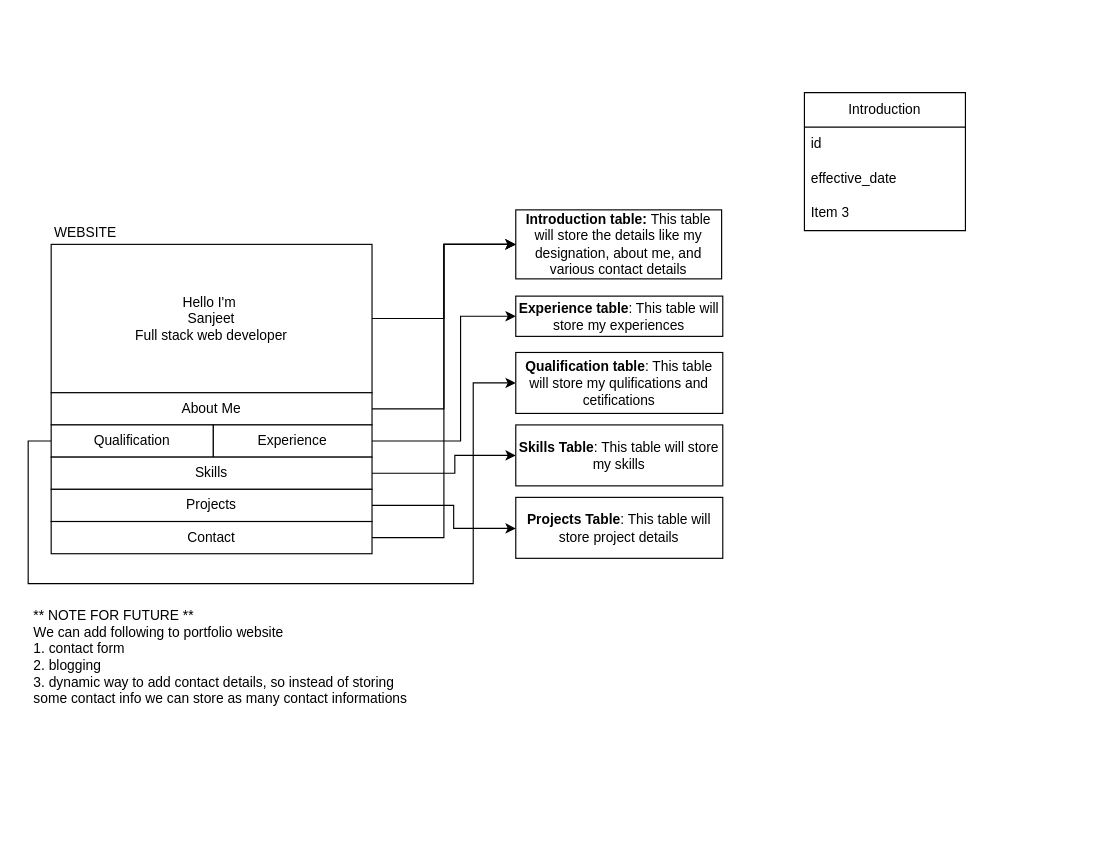
Before: Untitled Diagram.drawio in SanjeetDutt/Designs, a draw.io diagram. Source tidied: cells renumbered, new cells numbered last; positions are measured from the earlier drawing's top-left corner, leaving out a move shared by most shapes. Both pictures are drawn from the tidied source at 115%, with x=0, y=0 at pixel (28, 92).
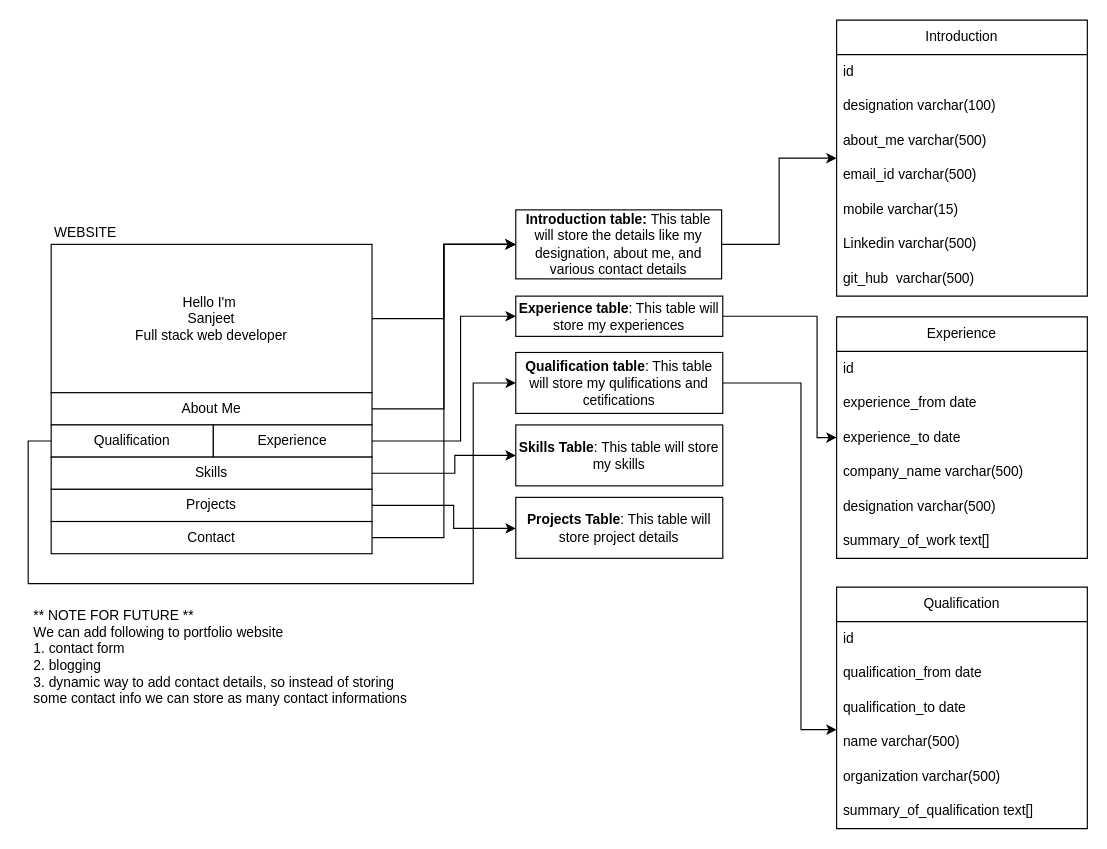
The same page after the edit.

The change refers to these unchanged cells:
```xml
<mxCell id="17" value="&lt;b&gt;Introduction table: &lt;/b&gt;This table will store the details like my designation, about me, and various contact details" style="whiteSpace=wrap;html=1;rounded=0;" parent="1" vertex="1">
  <mxGeometry x="424" y="102" width="179" height="60" as="geometry" />
</mxCell>
<mxCell id="18" value="&lt;b&gt;Experience table&lt;/b&gt;: This table will store my experiences" style="whiteSpace=wrap;html=1;rounded=0;" parent="1" vertex="1">
  <mxGeometry x="424" y="177" width="180" height="35" as="geometry" />
</mxCell>
<mxCell id="19" value="&lt;b&gt;Qualification table&lt;/b&gt;: This table will store my qulifications and cetifications" style="whiteSpace=wrap;html=1;rounded=0;" parent="1" vertex="1">
  <mxGeometry x="424" y="226" width="180" height="53" as="geometry" />
</mxCell>
```

Change to the diagram source:
```diff
@@
+    <mxCell id="27" style="edgeStyle=orthogonalEdgeStyle;rounded=0;jettySize=auto;html=1;" parent="1" edge="1" source="17" target="23">
+      <mxGeometry relative="1" as="geometry" />
+    </mxCell>
@@
+    <mxCell id="28" style="edgeStyle=orthogonalEdgeStyle;rounded=0;jettySize=auto;html=1;" parent="1" edge="1" source="18" target="35">
+      <mxGeometry relative="1" as="geometry">
+        <Array as="points">
+          <mxPoint x="686" y="194" />
+          <mxPoint x="686" y="300" />
+        </Array>
+      </mxGeometry>
+    </mxCell>
@@
+    <mxCell id="29" style="edgeStyle=orthogonalEdgeStyle;rounded=0;jettySize=auto;html=1;" parent="1" edge="1" source="19" target="42">
+      <mxGeometry relative="1" as="geometry">
+        <Array as="points">
+          <mxPoint x="672" y="252" />
+          <mxPoint x="672" y="554" />
+        </Array>
+      </mxGeometry>
+    </mxCell>
@@
     <mxCell id="23" value="Introduction" style="swimlane;fontStyle=0;horizontal=1;startSize=30;whiteSpace=wrap;html=1;" parent="1" vertex="1">
-      <mxGeometry x="675" width="140" height="120" as="geometry" />
+      <mxGeometry x="703" y="-63" width="218" height="240" as="geometry" />
     </mxCell>
     <mxCell id="24" value="id&lt;br&gt;" style="text;strokeColor=none;fillColor=none;align=left;verticalAlign=middle;spacingLeft=4;spacingRight=4;overflow=hidden;whiteSpace=wrap;html=1;" parent="23" vertex="1">
-      <mxGeometry y="30" width="140" height="30" as="geometry" />
+      <mxGeometry y="30" width="218" height="30" as="geometry" />
     </mxCell>
-    <mxCell id="25" value="effective_date" style="text;strokeColor=none;fillColor=none;align=left;verticalAlign=middle;spacingLeft=4;spacingRight=4;overflow=hidden;whiteSpace=wrap;html=1;" parent="23" vertex="1">
-      <mxGeometry y="60" width="140" height="30" as="geometry" />
+    <mxCell id="25" value="designation varchar(100)" style="text;strokeColor=none;fillColor=none;align=left;verticalAlign=middle;spacingLeft=4;spacingRight=4;overflow=hidden;whiteSpace=wrap;html=1;" parent="23" vertex="1">
+      <mxGeometry y="60" width="218" height="30" as="geometry" />
     </mxCell>
-    <mxCell id="26" value="Item 3" style="text;strokeColor=none;fillColor=none;align=left;verticalAlign=middle;spacingLeft=4;spacingRight=4;overflow=hidden;whiteSpace=wrap;html=1;" parent="23" vertex="1">
-      <mxGeometry y="90" width="140" height="30" as="geometry" />
-    </mxCell>
+    <mxCell id="30" value="about_me varchar(500)" style="text;strokeColor=none;fillColor=none;align=left;verticalAlign=middle;spacingLeft=4;spacingRight=4;overflow=hidden;whiteSpace=wrap;html=1;" parent="23" vertex="1">
+      <mxGeometry y="90" width="218" height="30" as="geometry" />
+    </mxCell>
+    <mxCell id="31" value="email_id varchar(500)" style="text;strokeColor=none;fillColor=none;align=left;verticalAlign=middle;spacingLeft=4;spacingRight=4;overflow=hidden;whiteSpace=wrap;html=1;" parent="23" vertex="1">
+      <mxGeometry y="120" width="218" height="30" as="geometry" />
+    </mxCell>
+    <mxCell id="32" value="mobile varchar(15)" style="text;strokeColor=none;fillColor=none;align=left;verticalAlign=middle;spacingLeft=4;spacingRight=4;overflow=hidden;whiteSpace=wrap;html=1;" parent="23" vertex="1">
+      <mxGeometry y="150" width="218" height="30" as="geometry" />
+    </mxCell>
+    <mxCell id="33" value="Linkedin varchar(500)" style="text;strokeColor=none;fillColor=none;align=left;verticalAlign=middle;spacingLeft=4;spacingRight=4;overflow=hidden;whiteSpace=wrap;html=1;" parent="23" vertex="1">
+      <mxGeometry y="180" width="218" height="30" as="geometry" />
+    </mxCell>
+    <mxCell id="34" value="git_hub&amp;nbsp; varchar(500)" style="text;strokeColor=none;fillColor=none;align=left;verticalAlign=middle;spacingLeft=4;spacingRight=4;overflow=hidden;whiteSpace=wrap;html=1;" parent="23" vertex="1">
+      <mxGeometry y="210" width="218" height="30" as="geometry" />
+    </mxCell>
+    <mxCell id="35" value="Experience" style="swimlane;fontStyle=0;horizontal=1;startSize=30;whiteSpace=wrap;html=1;" parent="1" vertex="1">
+      <mxGeometry x="703" y="195" width="218" height="210" as="geometry" />
+    </mxCell>
+    <mxCell id="36" value="id&lt;br&gt;" style="text;strokeColor=none;fillColor=none;align=left;verticalAlign=middle;spacingLeft=4;spacingRight=4;overflow=hidden;whiteSpace=wrap;html=1;" parent="35" vertex="1">
+      <mxGeometry y="30" width="218" height="30" as="geometry" />
+    </mxCell>
+    <mxCell id="37" value="experience_from date" style="text;strokeColor=none;fillColor=none;align=left;verticalAlign=middle;spacingLeft=4;spacingRight=4;overflow=hidden;whiteSpace=wrap;html=1;" parent="35" vertex="1">
+      <mxGeometry y="60" width="218" height="30" as="geometry" />
+    </mxCell>
+    <mxCell id="38" value="experience_to date" style="text;strokeColor=none;fillColor=none;align=left;verticalAlign=middle;spacingLeft=4;spacingRight=4;overflow=hidden;whiteSpace=wrap;html=1;" parent="35" vertex="1">
+      <mxGeometry y="90" width="218" height="30" as="geometry" />
+    </mxCell>
+    <mxCell id="39" value="company_name varchar(500)" style="text;strokeColor=none;fillColor=none;align=left;verticalAlign=middle;spacingLeft=4;spacingRight=4;overflow=hidden;whiteSpace=wrap;html=1;" parent="35" vertex="1">
+      <mxGeometry y="120" width="218" height="30" as="geometry" />
+    </mxCell>
+    <mxCell id="40" value="designation varchar(500)" style="text;strokeColor=none;fillColor=none;align=left;verticalAlign=middle;spacingLeft=4;spacingRight=4;overflow=hidden;whiteSpace=wrap;html=1;" parent="35" vertex="1">
+      <mxGeometry y="150" width="218" height="30" as="geometry" />
+    </mxCell>
+    <mxCell id="41" value="summary_of_work text[]" style="text;strokeColor=none;fillColor=none;align=left;verticalAlign=middle;spacingLeft=4;spacingRight=4;overflow=hidden;whiteSpace=wrap;html=1;" parent="35" vertex="1">
+      <mxGeometry y="180" width="218" height="30" as="geometry" />
+    </mxCell>
+    <mxCell id="42" value="Qualification" style="swimlane;fontStyle=0;horizontal=1;startSize=30;whiteSpace=wrap;html=1;" parent="1" vertex="1">
+      <mxGeometry x="703" y="430" width="218" height="210" as="geometry" />
+    </mxCell>
+    <mxCell id="43" value="id&lt;br&gt;" style="text;strokeColor=none;fillColor=none;align=left;verticalAlign=middle;spacingLeft=4;spacingRight=4;overflow=hidden;whiteSpace=wrap;html=1;" parent="42" vertex="1">
+      <mxGeometry y="30" width="218" height="30" as="geometry" />
+    </mxCell>
+    <mxCell id="44" value="qualification_from date" style="text;strokeColor=none;fillColor=none;align=left;verticalAlign=middle;spacingLeft=4;spacingRight=4;overflow=hidden;whiteSpace=wrap;html=1;" parent="42" vertex="1">
+      <mxGeometry y="60" width="218" height="30" as="geometry" />
+    </mxCell>
+    <mxCell id="45" value="qualification_to date" style="text;strokeColor=none;fillColor=none;align=left;verticalAlign=middle;spacingLeft=4;spacingRight=4;overflow=hidden;whiteSpace=wrap;html=1;" parent="42" vertex="1">
+      <mxGeometry y="90" width="218" height="30" as="geometry" />
+    </mxCell>
+    <mxCell id="46" value="name varchar(500)" style="text;strokeColor=none;fillColor=none;align=left;verticalAlign=middle;spacingLeft=4;spacingRight=4;overflow=hidden;whiteSpace=wrap;html=1;" parent="42" vertex="1">
+      <mxGeometry y="120" width="218" height="30" as="geometry" />
+    </mxCell>
+    <mxCell id="47" value="organization varchar(500)" style="text;strokeColor=none;fillColor=none;align=left;verticalAlign=middle;spacingLeft=4;spacingRight=4;overflow=hidden;whiteSpace=wrap;html=1;" parent="42" vertex="1">
+      <mxGeometry y="150" width="218" height="30" as="geometry" />
+    </mxCell>
+    <mxCell id="48" value="summary_of_qualification text[]" style="text;strokeColor=none;fillColor=none;align=left;verticalAlign=middle;spacingLeft=4;spacingRight=4;overflow=hidden;whiteSpace=wrap;html=1;" parent="42" vertex="1">
+      <mxGeometry y="180" width="218" height="30" as="geometry" />
+    </mxCell>
```
